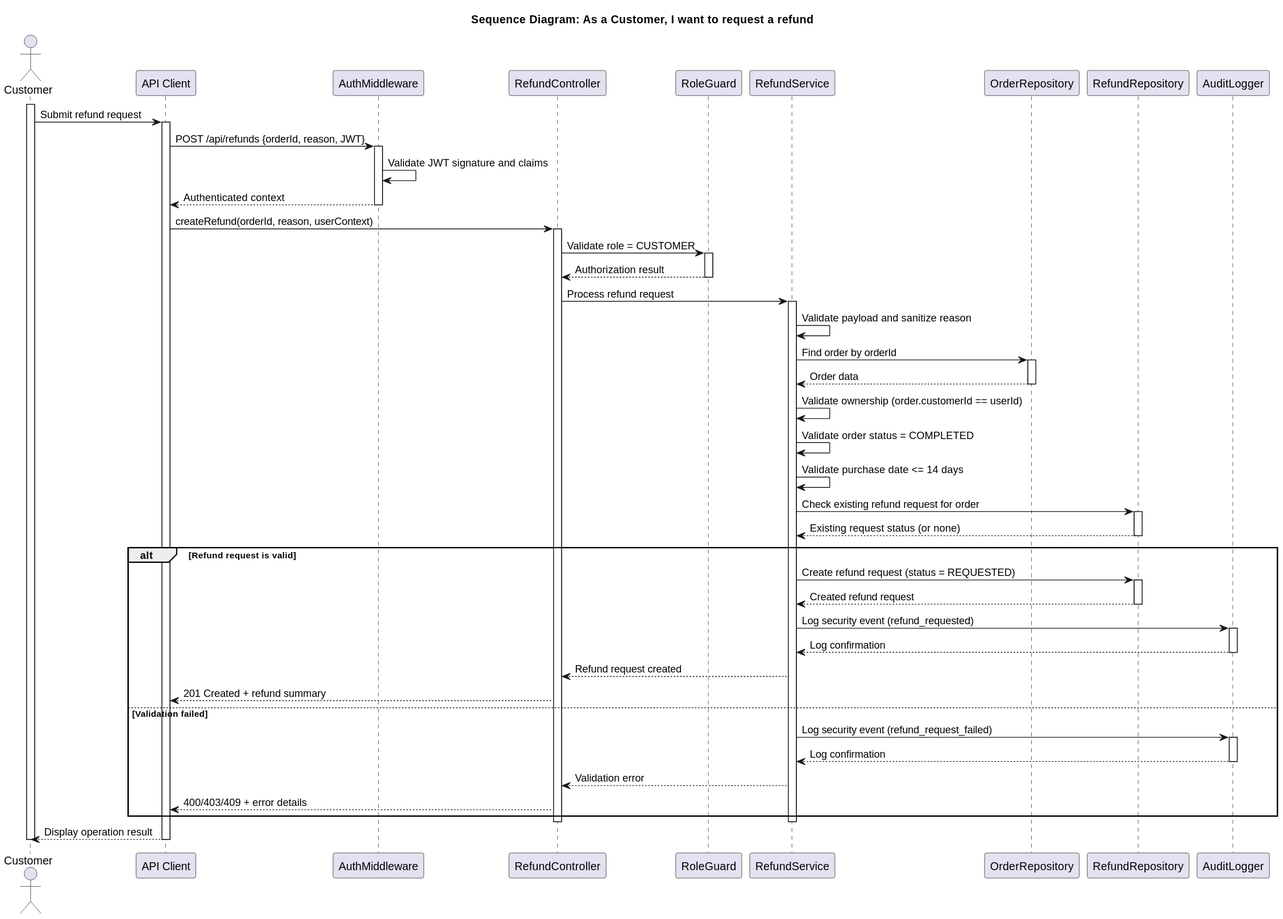
Above: Deliverables/Phase1/UseCases/UC4_RequestRefund/Diagrams/images/SequenceDiagram4.svg in mei-desofs/desofs2026-wed_nap_1-1 (PlantUML), before the change. Its diagram source:
```plantuml
@startuml
title "Sequence Diagram: As a Customer, I want to request a refund"

actor Customer
participant "API Client" as API
participant AuthMiddleware as AM
participant RefundController as RC
participant RoleGuard as RG
participant RefundService as RS
participant OrderRepository as OR
participant RefundRepository as RR
participant AuditLogger as AL

activate Customer
Customer -> API: Submit refund request
activate API

API -> AM: POST /api/refunds {orderId, reason, JWT}
activate AM
AM -> AM: Validate JWT signature and claims
AM --> API: Authenticated context
deactivate AM

API -> RC: createRefund(orderId, reason, userContext)
activate RC
RC -> RG: Validate role = CUSTOMER
activate RG
RG --> RC: Authorization result
deactivate RG

RC -> RS: Process refund request
activate RS
RS -> RS: Validate payload and sanitize reason
RS -> OR: Find order by orderId
activate OR
OR --> RS: Order data
deactivate OR

RS -> RS: Validate ownership (order.customerId == userId)
RS -> RS: Validate order status = COMPLETED
RS -> RS: Validate purchase date <= 14 days
RS -> RR: Check existing refund request for order
activate RR
RR --> RS: Existing request status (or none)
deactivate RR

alt Refund request is valid
	RS -> RR: Create refund request (status = REQUESTED)
	activate RR
	RR --> RS: Created refund request
	deactivate RR

	RS -> AL: Log security event (refund_requested)
	activate AL
	AL --> RS: Log confirmation
	deactivate AL

	RS --> RC: Refund request created
	RC --> API: 201 Created + refund summary
else Validation failed
	RS -> AL: Log security event (refund_request_failed)
	activate AL
	AL --> RS: Log confirmation
	deactivate AL

	RS --> RC: Validation error
	RC --> API: 400/403/409 + error details
end

deactivate RS
deactivate RC
API --> Customer: Display operation result
deactivate API
deactivate Customer
@enduml
```
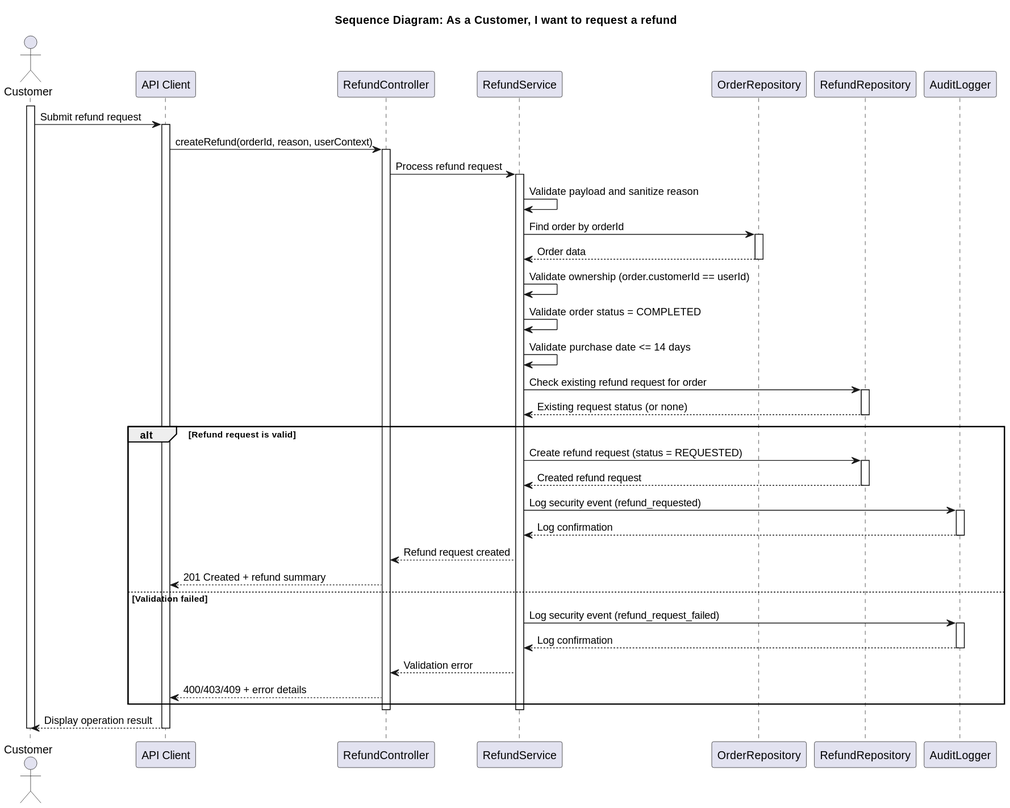
Later version of the same file.

Diff of the diagram source:
```diff
@@ -3,9 +3,7 @@
 
 actor Customer
 participant "API Client" as API
-participant AuthMiddleware as AM
 participant RefundController as RC
-participant RoleGuard as RG
 participant RefundService as RS
 participant OrderRepository as OR
 participant RefundRepository as RR
@@ -15,18 +13,8 @@
 Customer -> API: Submit refund request
 activate API
 
-API -> AM: POST /api/refunds {orderId, reason, JWT}
-activate AM
-AM -> AM: Validate JWT signature and claims
-AM --> API: Authenticated context
-deactivate AM
-
 API -> RC: createRefund(orderId, reason, userContext)
 activate RC
-RC -> RG: Validate role = CUSTOMER
-activate RG
-RG --> RC: Authorization result
-deactivate RG
 
 RC -> RS: Process refund request
 activate RS
```
